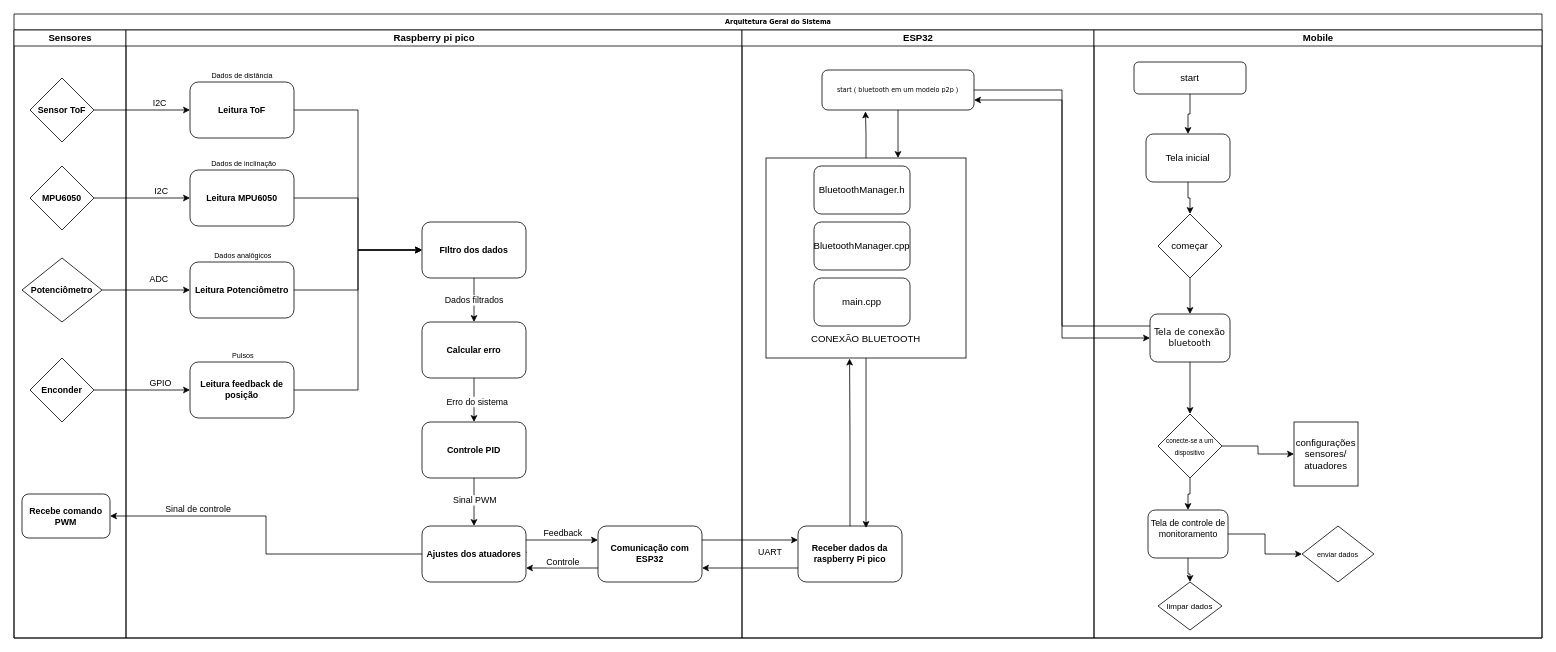
Above: Documentation/swimlane.drawio in felipeft/BragasJr (draw.io), before the change. Source tidied: cells renumbered, new cells numbered last; positions are measured from the earlier drawing's top-left corner, leaving out a move shared by most shapes. Both pictures are drawn from the tidied source at 80%, with x=0, y=0 at pixel (14, 14).
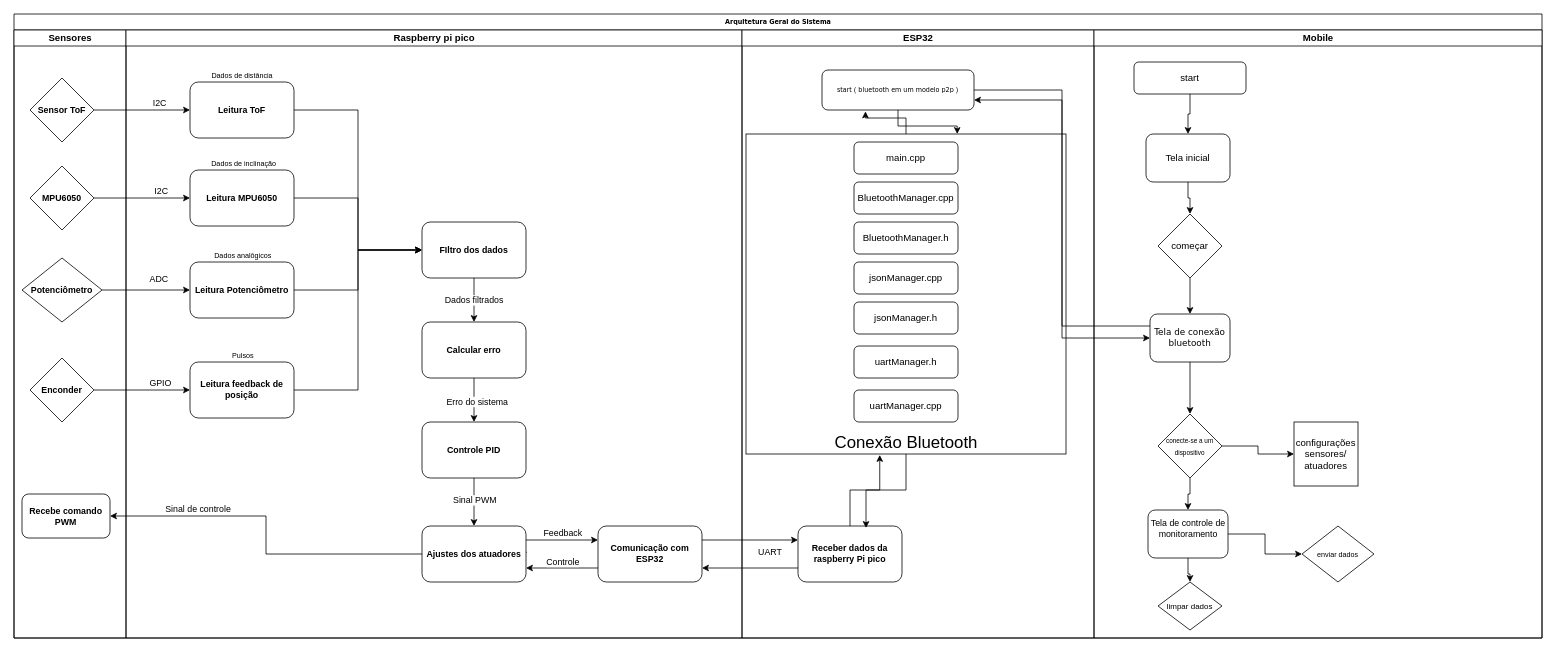
The same diagram, later.

Unchanged cells that the change refers to:
```xml
<mxCell id="48" value="ESP32" style="swimlane;html=1;startSize=20;" parent="2" vertex="1">
  <mxGeometry x="910" y="20" width="440" height="760" as="geometry" />
</mxCell>
```

Change to the diagram source:
```diff
@@
-    <mxCell id="50" value="&lt;div&gt;&lt;br&gt;&lt;/div&gt;&lt;div&gt;&lt;br&gt;&lt;/div&gt;&lt;div&gt;&lt;br&gt;&lt;/div&gt;&lt;div&gt;&lt;br&gt;&lt;/div&gt;&lt;div&gt;&lt;br&gt;&lt;/div&gt;&lt;div&gt;&lt;br&gt;&lt;/div&gt;&lt;div&gt;&lt;br&gt;&lt;/div&gt;&lt;div&gt;&lt;br&gt;&lt;/div&gt;&lt;div&gt;&lt;br&gt;&lt;/div&gt;&lt;div&gt;&lt;br&gt;&lt;/div&gt;&lt;div&gt;&lt;br&gt;&lt;/div&gt;&lt;div&gt;&lt;br&gt;&lt;/div&gt;&lt;div&gt;&lt;br&gt;&lt;/div&gt;&lt;div&gt;&lt;br&gt;&lt;/div&gt;&lt;div&gt;CONEXÃO BLUETOOTH&lt;/div&gt;" style="whiteSpace=wrap;html=1;" parent="48" vertex="1">
-      <mxGeometry x="30" y="160" width="250" height="250" as="geometry" />
+    <mxCell id="50" style="whiteSpace=wrap;html=1;" parent="48" vertex="1">
+      <mxGeometry x="5" y="130" width="400" height="400" as="geometry" />
     </mxCell>
     <mxCell id="51" value="BluetoothManager.cpp" style="rounded=1;whiteSpace=wrap;html=1;" parent="48" vertex="1">
-      <mxGeometry x="90" y="240" width="120" height="60" as="geometry" />
+      <mxGeometry x="140" y="190" width="130" height="40" as="geometry" />
     </mxCell>
     <mxCell id="52" value="main.cpp" style="rounded=1;whiteSpace=wrap;html=1;" parent="48" vertex="1">
-      <mxGeometry x="90" y="310" width="120" height="60" as="geometry" />
+      <mxGeometry x="140" y="140" width="130" height="40" as="geometry" />
     </mxCell>
     <mxCell id="53" value="BluetoothManager.h" style="rounded=1;whiteSpace=wrap;html=1;" parent="48" vertex="1">
-      <mxGeometry x="90" y="170" width="120" height="60" as="geometry" />
+      <mxGeometry x="140" y="240" width="130" height="40" as="geometry" />
     </mxCell>
@@
+    <mxCell id="82" value="jsonManager.cpp" style="rounded=1;whiteSpace=wrap;html=1;" parent="48" vertex="1">
+      <mxGeometry x="140" y="290" width="130" height="40" as="geometry" />
+    </mxCell>
+    <mxCell id="83" value="jsonManager.h" style="rounded=1;whiteSpace=wrap;html=1;" parent="48" vertex="1">
+      <mxGeometry x="140" y="340" width="130" height="40" as="geometry" />
+    </mxCell>
+    <mxCell id="84" value="uartManager.h" style="rounded=1;whiteSpace=wrap;html=1;" parent="48" vertex="1">
+      <mxGeometry x="140" y="395" width="130" height="40" as="geometry" />
+    </mxCell>
+    <mxCell id="85" value="uartManager.cpp" style="rounded=1;whiteSpace=wrap;html=1;" parent="48" vertex="1">
+      <mxGeometry x="140" y="450" width="130" height="40" as="geometry" />
+    </mxCell>
+    <mxCell id="86" value="&lt;font style=&quot;font-size: 21px;&quot;&gt;Conexão Bluetooth&lt;/font&gt;" style="text;html=1;align=center;verticalAlign=middle;strokeColor=none;fillColor=none;" parent="48" vertex="1">
+      <mxGeometry x="105" y="495" width="200" height="40" as="geometry" />
+    </mxCell>
```
